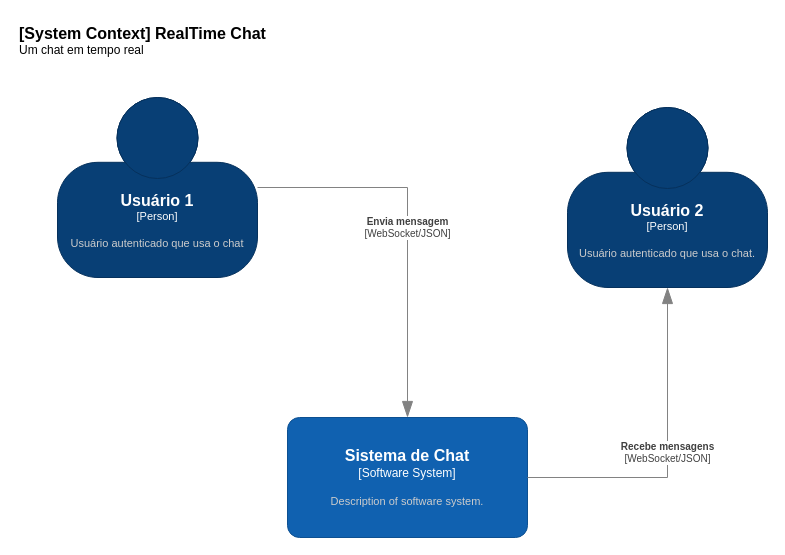
gabrielcamurcab/pos-arq-soft keeps this draw.io diagram as page "Context" (1 of 3) of C4model.drawio. Above is the earlier version. Source tidied: cells renumbered, new cells numbered last; positions are measured from the earlier drawing's top-left corner, leaving out a move shared by most shapes. Both pictures are drawn from the tidied source at 100%, with x=0, y=0 at pixel (17, 17).
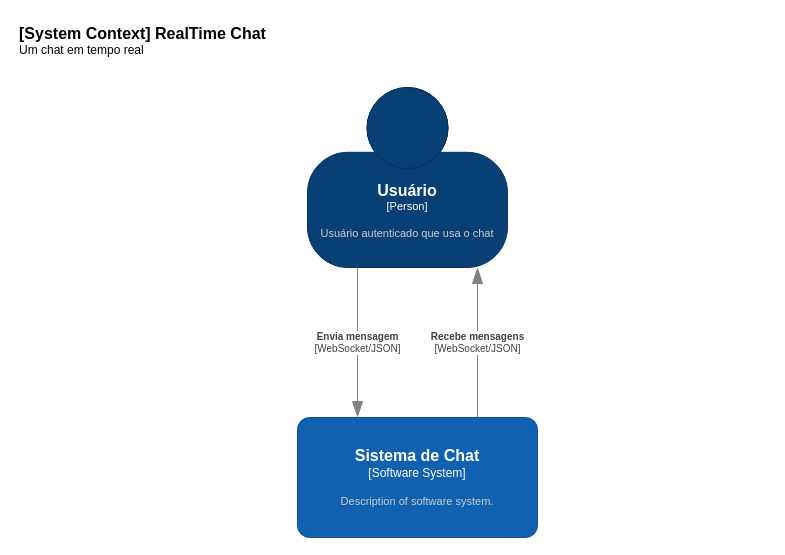
After the change.

Diff of the diagram source:
```diff
@@
 <mxGraphModel>
   <root>
     <mxCell id="0" />
     <mxCell id="1" parent="0" />
     <object id="2" label="&lt;font style=&quot;font-size: 16px&quot;&gt;&lt;b&gt;&lt;div style=&quot;text-align: left&quot;&gt;%c4Name%&lt;/div&gt;&lt;/b&gt;&lt;/font&gt;&lt;div style=&quot;text-align: left&quot;&gt;%c4Description%&lt;/div&gt;" c4Description="Um chat em tempo real" c4Name="[System Context] RealTime Chat" placeholders="1">
       <mxCell style="text;html=1;strokeColor=none;fillColor=none;align=left;verticalAlign=top;whiteSpace=wrap;rounded=0;" parent="1" vertex="1">
         <mxGeometry width="260" height="40" as="geometry" />
       </mxCell>
     </object>
     <object id="3" label="&lt;font style=&quot;font-size: 16px&quot;&gt;&lt;b&gt;%c4Name%&lt;/b&gt;&lt;/font&gt;&lt;div&gt;[%c4Type%]&lt;/div&gt;&lt;br&gt;&lt;div&gt;&lt;font style=&quot;font-size: 11px&quot;&gt;&lt;font color=&quot;#cccccc&quot;&gt;%c4Description%&lt;/font&gt;&lt;/div&gt;" c4Description="Description of software system." c4Name="Sistema de Chat" c4Type="Software System" placeholders="1">
       <mxCell style="rounded=1;whiteSpace=wrap;html=1;labelBackgroundColor=none;fillColor=#1061B0;fontColor=#ffffff;align=center;arcSize=10;strokeColor=#0D5091;points=[[0.25,0,0],[0.5,0,0],[0.75,0,0],[1,0.25,0],[1,0.5,0],[1,0.75,0],[0.75,1,0],[0.5,1,0],[0.25,1,0],[0,0.75,0],[0,0.5,0],[0,0.25,0]];" parent="1" vertex="1">
-        <mxGeometry x="270" y="400" width="240" height="120" as="geometry" />
+        <mxGeometry x="280" y="400" width="240" height="120" as="geometry" />
       </mxCell>
     </object>
-    <object id="4" label="&lt;font style=&quot;font-size: 16px&quot;&gt;&lt;b&gt;%c4Name%&lt;/b&gt;&lt;/font&gt;&lt;div&gt;[%c4Type%]&lt;/div&gt;&lt;br&gt;&lt;div&gt;&lt;font style=&quot;font-size: 11px&quot;&gt;&lt;font color=&quot;#cccccc&quot;&gt;%c4Description%&lt;/font&gt;&lt;/div&gt;" c4Description="Usuário autenticado que usa o chat" c4Name="Usuário 1" c4Type="Person" placeholders="1">
+    <object id="4" label="&lt;font style=&quot;font-size: 16px&quot;&gt;&lt;b&gt;%c4Name%&lt;/b&gt;&lt;/font&gt;&lt;div&gt;[%c4Type%]&lt;/div&gt;&lt;br&gt;&lt;div&gt;&lt;font style=&quot;font-size: 11px&quot;&gt;&lt;font color=&quot;#cccccc&quot;&gt;%c4Description%&lt;/font&gt;&lt;/div&gt;" c4Description="Usuário autenticado que usa o chat" c4Name="Usuário" c4Type="Person" placeholders="1">
       <mxCell style="html=1;fontSize=11;dashed=0;whiteSpace=wrap;fillColor=#083F75;strokeColor=#06315C;fontColor=#ffffff;shape=mxgraph.c4.person2;align=center;points=[[0.5,0,0],[1,0.5,0],[1,0.75,0],[0.75,1,0],[0.5,1,0],[0.25,1,0],[0,0.75,0],[0,0.5,0]];" parent="1" vertex="1">
-        <mxGeometry x="40" y="80" width="200" height="180" as="geometry" />
+        <mxGeometry x="290" y="70" width="200" height="180" as="geometry" />
       </mxCell>
     </object>
-    <object id="5" label="&lt;font style=&quot;font-size: 16px&quot;&gt;&lt;b&gt;%c4Name%&lt;/b&gt;&lt;/font&gt;&lt;div&gt;[%c4Type%]&lt;/div&gt;&lt;br&gt;&lt;div&gt;&lt;font style=&quot;font-size: 11px&quot;&gt;&lt;font color=&quot;#cccccc&quot;&gt;%c4Description%&lt;/font&gt;&lt;/div&gt;" c4Description="Usuário autenticado que usa o chat." c4Name="Usuário 2" c4Type="Person" placeholders="1">
-      <mxCell style="html=1;fontSize=11;dashed=0;whiteSpace=wrap;fillColor=#083F75;strokeColor=#06315C;fontColor=#ffffff;shape=mxgraph.c4.person2;align=center;points=[[0.5,0,0],[1,0.5,0],[1,0.75,0],[0.75,1,0],[0.5,1,0],[0.25,1,0],[0,0.75,0],[0,0.5,0]];" parent="1" vertex="1">
-        <mxGeometry x="550" y="90" width="200" height="180" as="geometry" />
-      </mxCell>
-    </object>
     <object id="6" label="&lt;div style=&quot;text-align: left&quot;&gt;&lt;div style=&quot;text-align: center&quot;&gt;&lt;b&gt;%c4Description%&lt;/b&gt;&lt;/div&gt;&lt;div style=&quot;text-align: center&quot;&gt;[%c4Technology%]&lt;/div&gt;&lt;/div&gt;" c4Description="Envia mensagem" c4Technology="WebSocket/JSON" placeholders="1">
-      <mxCell style="endArrow=blockThin;html=1;fontSize=10;fontColor=#404040;strokeWidth=1;endFill=1;strokeColor=#828282;elbow=vertical;endSize=14;startSize=14;jumpStyle=arc;jumpSize=16;rounded=0;edgeStyle=orthogonalEdgeStyle;" parent="1" edge="1" source="4" target="3">
+      <mxCell style="endArrow=blockThin;html=1;fontSize=10;fontColor=#404040;strokeWidth=1;endFill=1;strokeColor=#828282;elbow=vertical;endSize=14;startSize=14;jumpStyle=arc;jumpSize=16;rounded=0;edgeStyle=orthogonalEdgeStyle;entryX=0.25;entryY=0;entryDx=0;entryDy=0;entryPerimeter=0;exitX=0.25;exitY=1;exitDx=0;exitDy=0;exitPerimeter=0;" parent="1" edge="1" source="4" target="3">
         <mxGeometry relative="1" as="geometry" />
       </mxCell>
     </object>
     <object id="7" label="&lt;div style=&quot;text-align: left&quot;&gt;&lt;div style=&quot;text-align: center&quot;&gt;&lt;b&gt;%c4Description%&lt;/b&gt;&lt;/div&gt;&lt;div style=&quot;text-align: center&quot;&gt;[%c4Technology%]&lt;/div&gt;&lt;/div&gt;" c4Description="Recebe mensagens" c4Technology="WebSocket/JSON" placeholders="1">
-      <mxCell style="endArrow=blockThin;html=1;fontSize=10;fontColor=#404040;strokeWidth=1;endFill=1;strokeColor=#828282;elbow=vertical;endSize=14;startSize=14;jumpStyle=arc;jumpSize=16;rounded=0;edgeStyle=orthogonalEdgeStyle;" parent="1" edge="1" source="3" target="5">
+      <mxCell style="endArrow=blockThin;html=1;fontSize=10;fontColor=#404040;strokeWidth=1;endFill=1;strokeColor=#828282;elbow=vertical;endSize=14;startSize=14;jumpStyle=arc;jumpSize=16;rounded=0;edgeStyle=orthogonalEdgeStyle;exitX=0.75;exitY=0;exitDx=0;exitDy=0;exitPerimeter=0;entryX=0.85;entryY=1;entryDx=0;entryDy=0;entryPerimeter=0;" parent="1" edge="1" source="3" target="4">
         <mxGeometry relative="1" as="geometry" />
       </mxCell>
     </object>
   </root>
 </mxGraphModel>
```
